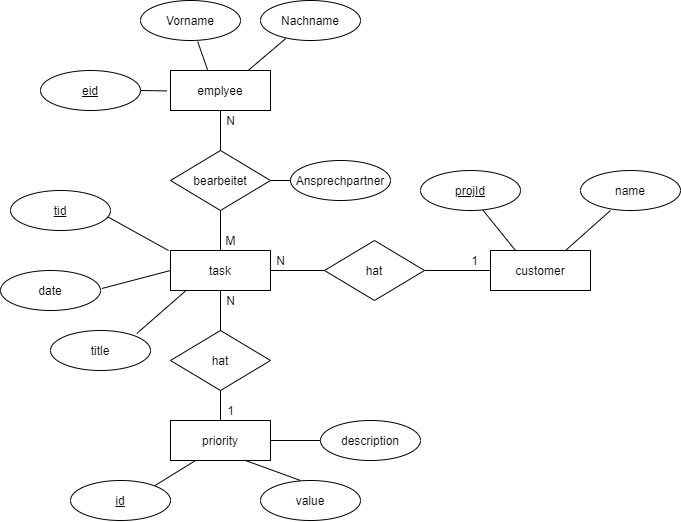
Above: Doku/ERDiagramm.png in jtuttas/FIAE_LF9 (draw.io), before the change. Source tidied: cells renumbered, new cells last; positions are measured from the earlier drawing's top-left corner, leaving out a move shared by most shapes.
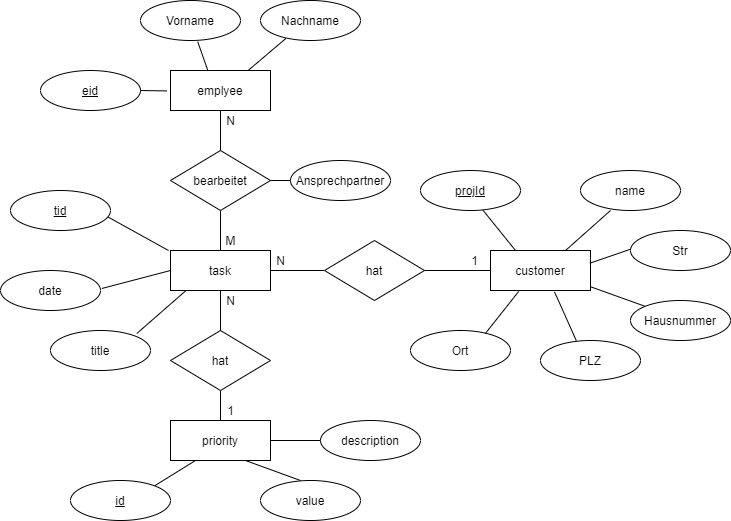
After the commit.

The edit, as a diff of the source:
```diff
@@ -157,5 +157,29 @@
         <mxPoint x="270" y="180" as="targetPoint" />
       </mxGeometry>
     </mxCell>
+    <mxCell id="46" value="Str" style="ellipse;whiteSpace=wrap;html=1;align=center;" parent="1" vertex="1">
+      <mxGeometry x="630" y="230" width="100" height="40" as="geometry" />
+    </mxCell>
+    <mxCell id="47" value="Hausnummer" style="ellipse;whiteSpace=wrap;html=1;align=center;" parent="1" vertex="1">
+      <mxGeometry x="630" y="300" width="100" height="40" as="geometry" />
+    </mxCell>
+    <mxCell id="48" value="PLZ" style="ellipse;whiteSpace=wrap;html=1;align=center;" parent="1" vertex="1">
+      <mxGeometry x="540" y="340" width="100" height="40" as="geometry" />
+    </mxCell>
+    <mxCell id="49" value="Ort" style="ellipse;whiteSpace=wrap;html=1;align=center;" parent="1" vertex="1">
+      <mxGeometry x="410" y="330" width="100" height="40" as="geometry" />
+    </mxCell>
+    <mxCell id="50" style="edgeStyle=none;rounded=0;jettySize=auto;html=1;exitX=0.282;exitY=1.023;exitDx=0;exitDy=0;endArrow=none;endFill=0;exitPerimeter=0;entryX=0.749;entryY=0.074;entryDx=0;entryDy=0;entryPerimeter=0;" parent="1" edge="1" source="11" target="49">
+      <mxGeometry relative="1" as="geometry" />
+    </mxCell>
+    <mxCell id="51" style="edgeStyle=none;rounded=0;jettySize=auto;html=1;exitX=0.64;exitY=1.033;exitDx=0;exitDy=0;entryX=0.358;entryY=0.003;entryDx=0;entryDy=0;entryPerimeter=0;endArrow=none;endFill=0;exitPerimeter=0;" parent="1" edge="1" source="11" target="48">
+      <mxGeometry relative="1" as="geometry" />
+    </mxCell>
+    <mxCell id="52" style="edgeStyle=none;rounded=0;jettySize=auto;html=1;exitX=1.009;exitY=0.914;exitDx=0;exitDy=0;entryX=0.14;entryY=0.14;entryDx=0;entryDy=0;entryPerimeter=0;endArrow=none;endFill=0;exitPerimeter=0;" parent="1" edge="1" source="11" target="47">
+      <mxGeometry relative="1" as="geometry" />
+    </mxCell>
+    <mxCell id="53" style="edgeStyle=none;rounded=0;jettySize=auto;html=1;exitX=0.993;exitY=0.318;exitDx=0;exitDy=0;entryX=-0.003;entryY=0.471;entryDx=0;entryDy=0;entryPerimeter=0;endArrow=none;endFill=0;exitPerimeter=0;" parent="1" edge="1" source="11" target="46">
+      <mxGeometry relative="1" as="geometry" />
+    </mxCell>
   </root>
 </mxGraphModel>
```
